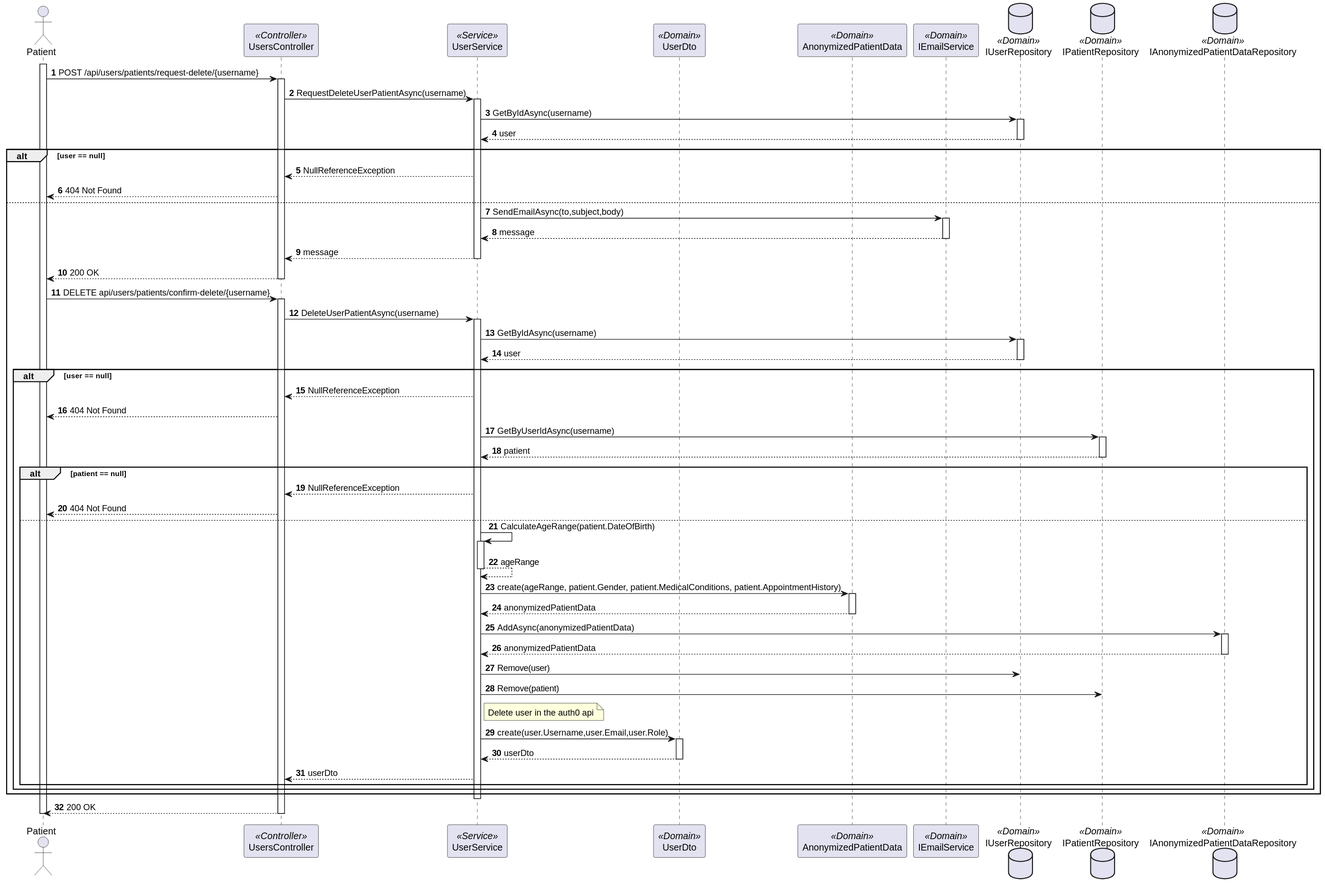
1220846/sem5pi-24-25-3ddg20 keeps this PlantUML diagram as docs/sprint-a/us-5.1.5/views/level3/process-view-2.svg. Above is the earlier version.
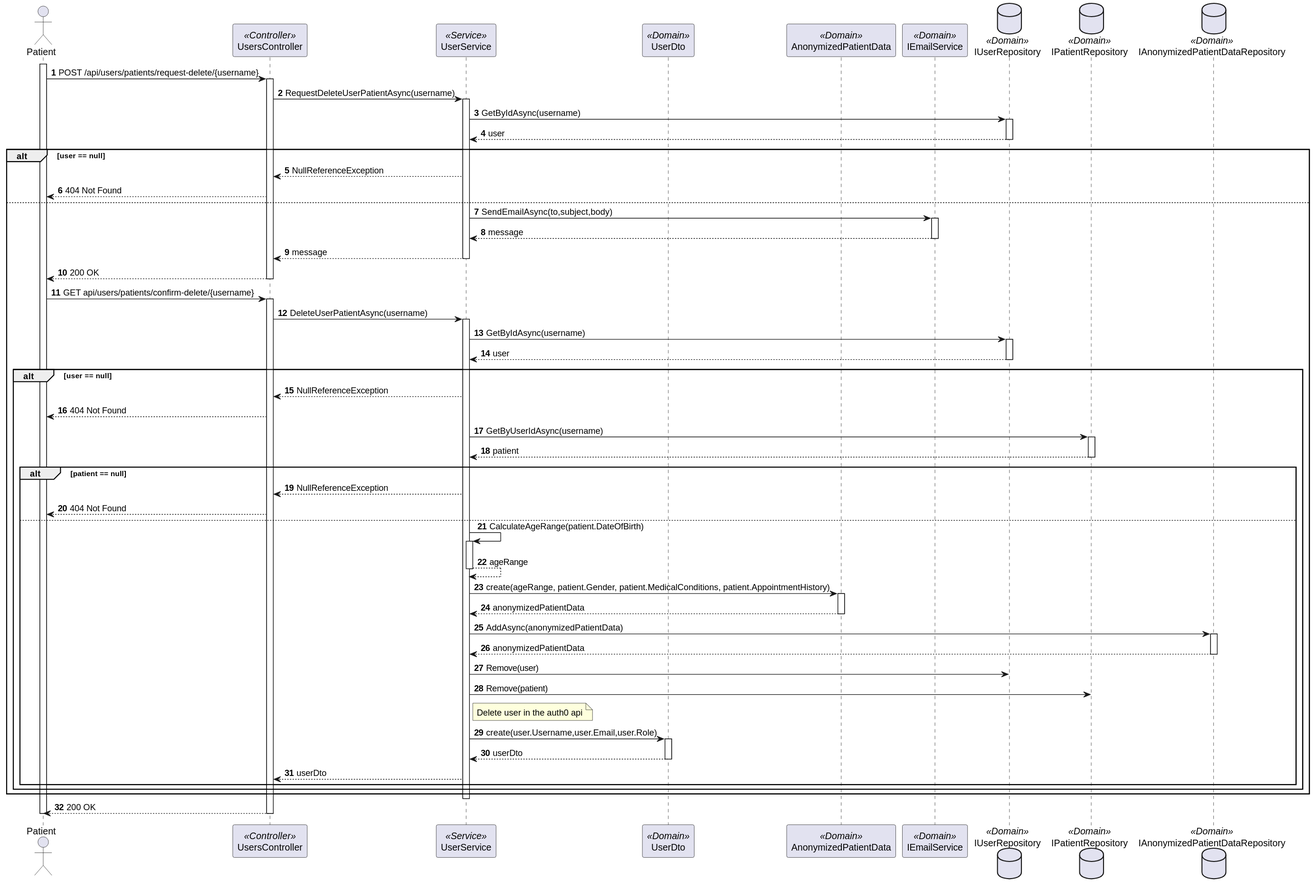
The same diagram one commit later.

Diff of the diagram source:
```diff
@@ -52,7 +52,7 @@
 
     deactivate Controller
 
-    PatientActor-> Controller : DELETE api/users/patients/confirm-delete/{username}
+    PatientActor-> Controller : GET api/users/patients/confirm-delete/{username}
 
     activate Controller
 
```
